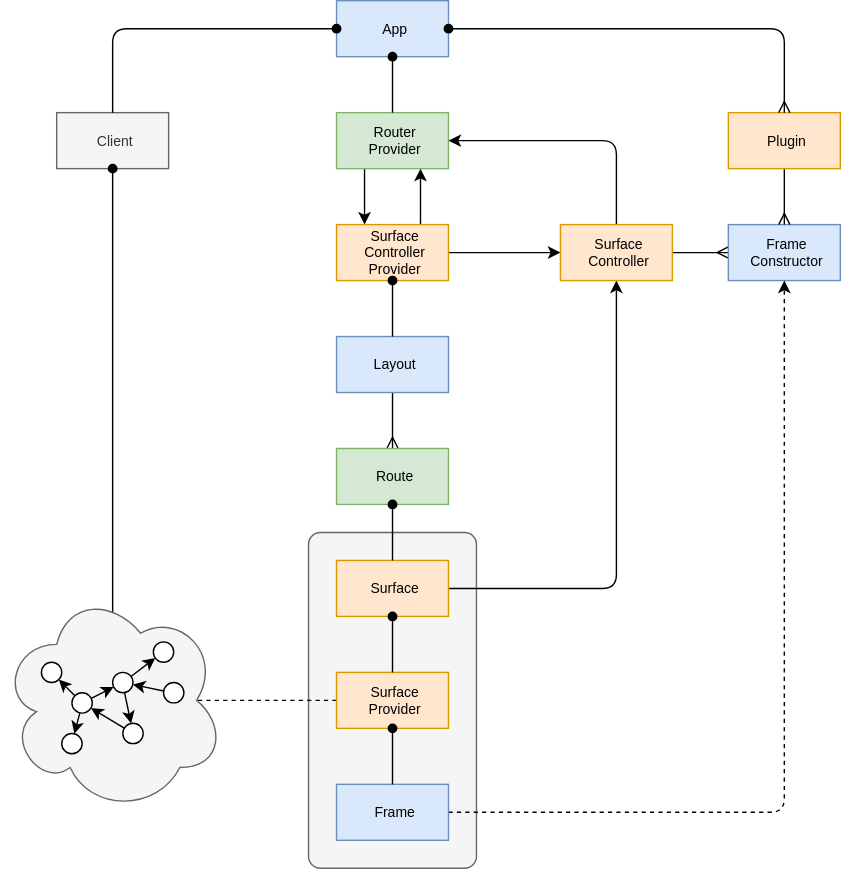
dxos/dxos keeps this draw.io diagram as docs/docs/specs/v0/app-framework.drawio.svg. Above is the earlier version. Source tidied: cells renumbered, new cells last; positions are measured from the earlier drawing's top-left corner, leaving out a move shared by most shapes.
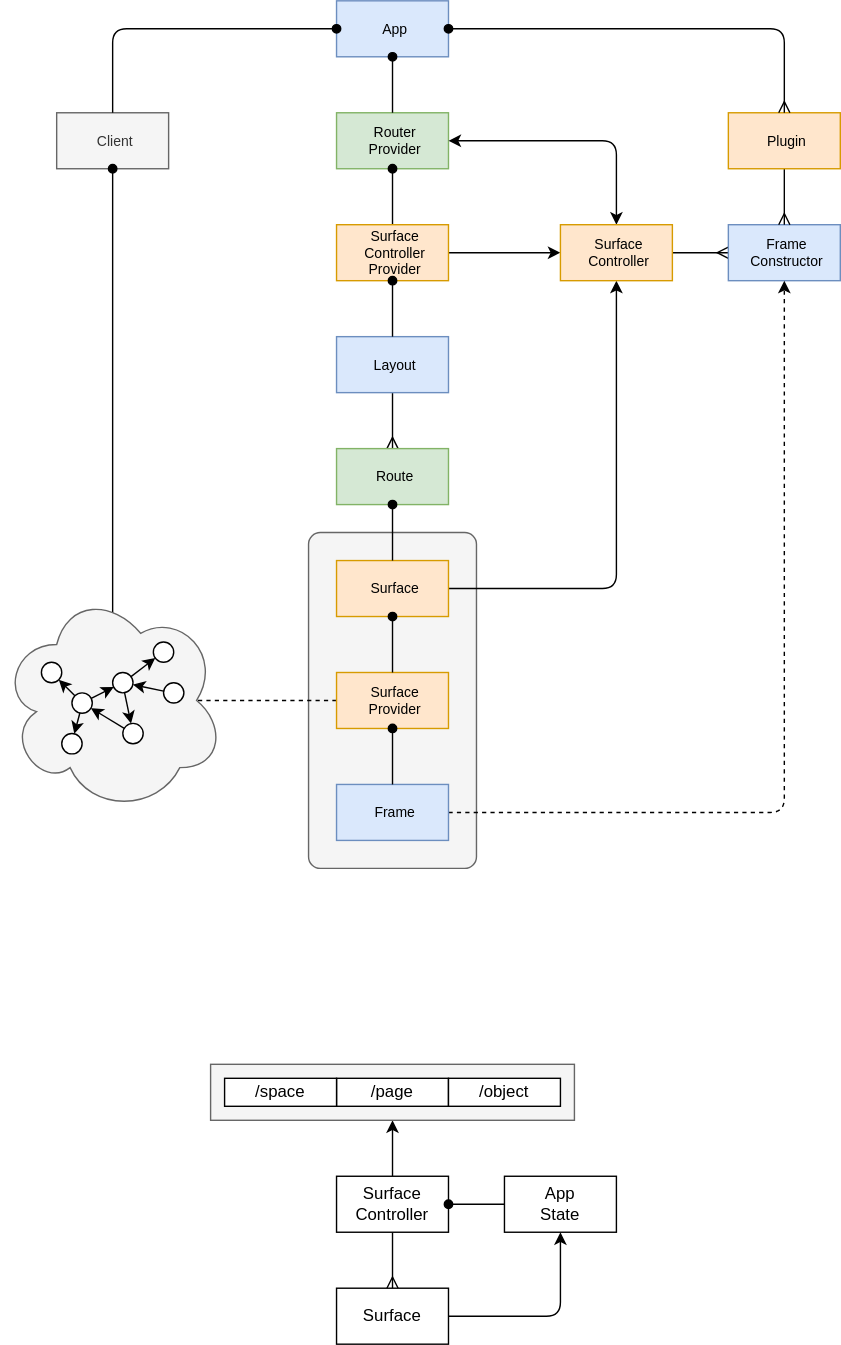
Later version of the same file.

Change to the diagram source:
```diff
@@ -2,18 +2,21 @@
   <root>
     <mxCell id="0" />
     <mxCell id="1" parent="0" />
+    <mxCell id="4" value="Router&lt;br style=&quot;font-size: 10px;&quot;&gt;Provider" style="rounded=0;whiteSpace=wrap;html=1;align=center;verticalAlign=middle;spacingLeft=4;fontSize=10;fillColor=#d5e8d4;strokeColor=#82b366;" parent="1" vertex="1">
+      <mxGeometry x="240" y="80" width="80" height="40" as="geometry" />
+    </mxCell>
+    <mxCell id="49" style="edgeStyle=none;html=1;exitX=0.5;exitY=1;exitDx=0;exitDy=0;entryX=0.5;entryY=0;entryDx=0;entryDy=0;endArrow=none;endFill=0;startArrow=classic;startFill=1;" parent="1" edge="1" source="50" target="55">
+      <mxGeometry relative="1" as="geometry" />
+    </mxCell>
+    <mxCell id="50" style="rounded=0;whiteSpace=wrap;html=1;fillColor=#f5f5f5;fontColor=#333333;strokeColor=#666666;" parent="1" vertex="1">
+      <mxGeometry x="150" y="760" width="260" height="40" as="geometry" />
+    </mxCell>
     <mxCell id="2" style="rounded=1;whiteSpace=wrap;html=1;align=center;verticalAlign=middle;spacingLeft=4;fontSize=10;fillColor=#f5f5f5;strokeColor=#666666;fontColor=#333333;arcSize=7;" parent="1" vertex="1">
       <mxGeometry x="220" y="380" width="120" height="240" as="geometry" />
     </mxCell>
-    <mxCell id="3" style="edgeStyle=none;html=1;exitX=0.25;exitY=1;exitDx=0;exitDy=0;entryX=0.25;entryY=0;entryDx=0;entryDy=0;fontSize=10;" parent="1" edge="1" source="4" target="9">
+    <mxCell id="3" style="edgeStyle=none;html=1;exitX=0.5;exitY=1;exitDx=0;exitDy=0;entryX=0.5;entryY=0;entryDx=0;entryDy=0;startArrow=oval;startFill=1;endArrow=none;endFill=0;" parent="1" edge="1" source="4" target="9">
       <mxGeometry relative="1" as="geometry" />
     </mxCell>
-    <mxCell id="4" value="Router&lt;br style=&quot;font-size: 10px;&quot;&gt;Provider" style="rounded=0;whiteSpace=wrap;html=1;align=center;verticalAlign=middle;spacingLeft=4;fontSize=10;fillColor=#d5e8d4;strokeColor=#82b366;" parent="1" vertex="1">
-      <mxGeometry x="240" y="80" width="80" height="40" as="geometry" />
-    </mxCell>
-    <mxCell id="5" style="edgeStyle=none;html=1;exitX=0.75;exitY=0;exitDx=0;exitDy=0;entryX=0.75;entryY=1;entryDx=0;entryDy=0;fontSize=10;" parent="1" edge="1" source="9" target="4">
-      <mxGeometry relative="1" as="geometry" />
-    </mxCell>
     <mxCell id="6" style="edgeStyle=none;html=1;endArrow=ERmany;endFill=0;fontSize=10;exitX=1;exitY=0.5;exitDx=0;exitDy=0;" parent="1" edge="1" source="22" target="10">
       <mxGeometry relative="1" as="geometry" />
     </mxCell>
@@ -67,7 +70,7 @@
     <mxCell id="20" style="edgeStyle=none;html=1;exitX=0.5;exitY=1;exitDx=0;exitDy=0;entryX=0.5;entryY=0;entryDx=0;entryDy=0;startArrow=oval;startFill=1;endArrow=none;endFill=0;fontSize=10;" parent="1" edge="1" source="9" target="14">
       <mxGeometry relative="1" as="geometry" />
     </mxCell>
-    <mxCell id="21" style="edgeStyle=none;html=1;exitX=0.5;exitY=0;exitDx=0;exitDy=0;entryX=1;entryY=0.5;entryDx=0;entryDy=0;fontSize=10;startArrow=none;startFill=0;endArrow=classic;endFill=1;" parent="1" edge="1" source="22" target="4">
+    <mxCell id="21" style="edgeStyle=none;html=1;exitX=0.5;exitY=0;exitDx=0;exitDy=0;entryX=1;entryY=0.5;entryDx=0;entryDy=0;fontSize=10;startArrow=classic;startFill=1;endArrow=classic;endFill=1;" parent="1" edge="1" source="22" target="4">
       <mxGeometry relative="1" as="geometry">
         <Array as="points">
           <mxPoint x="440" y="100" />
@@ -165,5 +168,36 @@
     <mxCell id="48" style="edgeStyle=none;html=1;" parent="33" edge="1" source="39" target="40">
       <mxGeometry relative="1" as="geometry" />
     </mxCell>
+    <mxCell id="51" value="/page" style="rounded=0;whiteSpace=wrap;html=1;" parent="1" vertex="1">
+      <mxGeometry x="240" y="770" width="80" height="20" as="geometry" />
+    </mxCell>
+    <mxCell id="52" value="/object" style="rounded=0;whiteSpace=wrap;html=1;" parent="1" vertex="1">
+      <mxGeometry x="320" y="770" width="80" height="20" as="geometry" />
+    </mxCell>
+    <mxCell id="53" value="/space" style="rounded=0;whiteSpace=wrap;html=1;" parent="1" vertex="1">
+      <mxGeometry x="160" y="770" width="80" height="20" as="geometry" />
+    </mxCell>
+    <mxCell id="54" style="edgeStyle=none;html=1;exitX=0.5;exitY=1;exitDx=0;exitDy=0;endArrow=ERmany;endFill=0;" parent="1" edge="1" source="55" target="57">
+      <mxGeometry relative="1" as="geometry" />
+    </mxCell>
+    <mxCell id="55" value="Surface&lt;br&gt;Controller" style="rounded=0;whiteSpace=wrap;html=1;" parent="1" vertex="1">
+      <mxGeometry x="240" y="840" width="80" height="40" as="geometry" />
+    </mxCell>
+    <mxCell id="56" style="edgeStyle=none;html=1;exitX=1;exitY=0.5;exitDx=0;exitDy=0;entryX=0.5;entryY=1;entryDx=0;entryDy=0;startArrow=none;startFill=0;endArrow=classic;endFill=1;" parent="1" edge="1" source="57" target="58">
+      <mxGeometry relative="1" as="geometry">
+        <Array as="points">
+          <mxPoint x="400" y="940" />
+        </Array>
+      </mxGeometry>
+    </mxCell>
+    <mxCell id="57" value="Surface" style="rounded=0;whiteSpace=wrap;html=1;" parent="1" vertex="1">
+      <mxGeometry x="240" y="920" width="80" height="40" as="geometry" />
+    </mxCell>
+    <mxCell id="58" value="App&lt;br&gt;State" style="rounded=0;whiteSpace=wrap;html=1;" parent="1" vertex="1">
+      <mxGeometry x="360" y="840" width="80" height="40" as="geometry" />
+    </mxCell>
+    <mxCell id="59" style="edgeStyle=none;html=1;exitX=1;exitY=0.5;exitDx=0;exitDy=0;entryX=0;entryY=0.5;entryDx=0;entryDy=0;startArrow=oval;startFill=1;endArrow=none;endFill=0;" parent="1" edge="1" source="55" target="58">
+      <mxGeometry relative="1" as="geometry" />
+    </mxCell>
   </root>
 </mxGraphModel>
```
